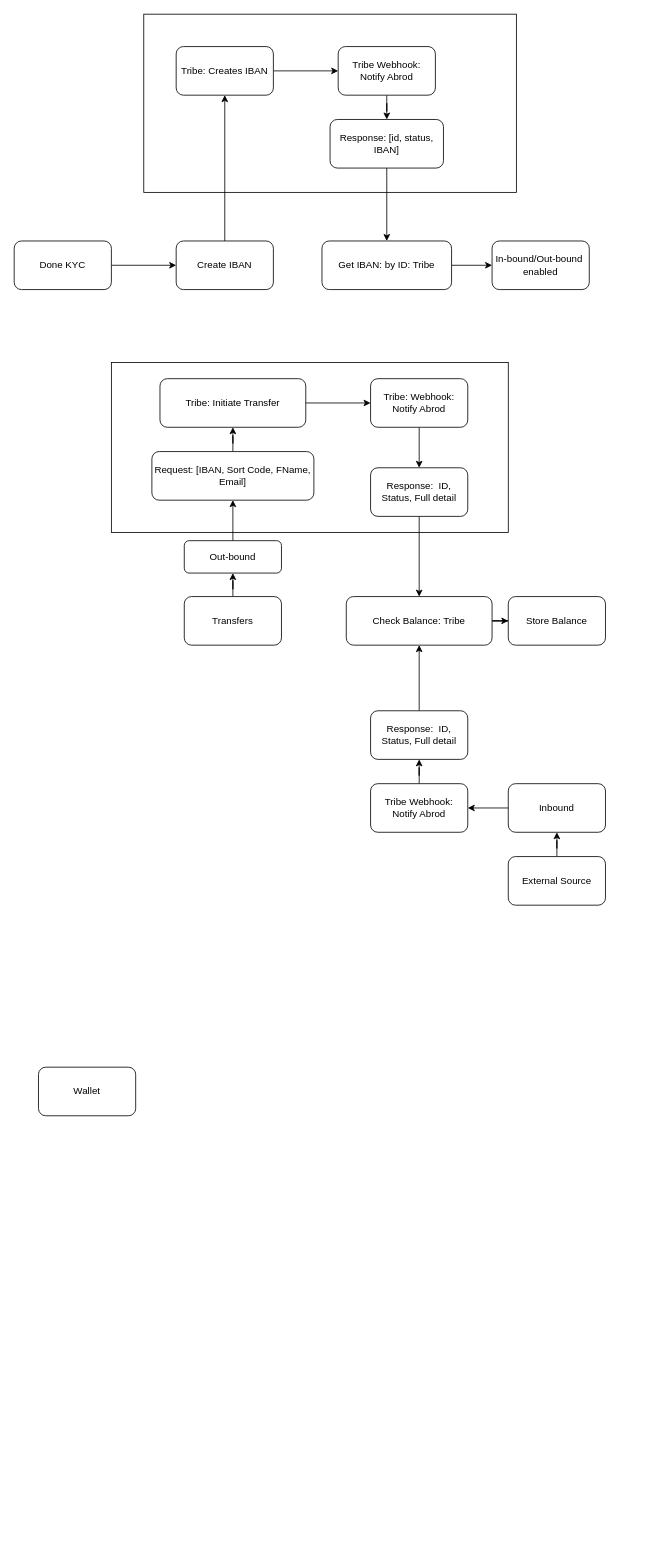
This is Untitled Diagram.drawio from aeadedoyin/drawio, a draw.io file, before an edit. Source tidied: cells renumbered, new cells numbered last; positions are measured from the earlier drawing's top-left corner, leaving out a move shared by most shapes. Both pictures are drawn from the tidied source at 81%, with x=0, y=0 at pixel (14, 14).
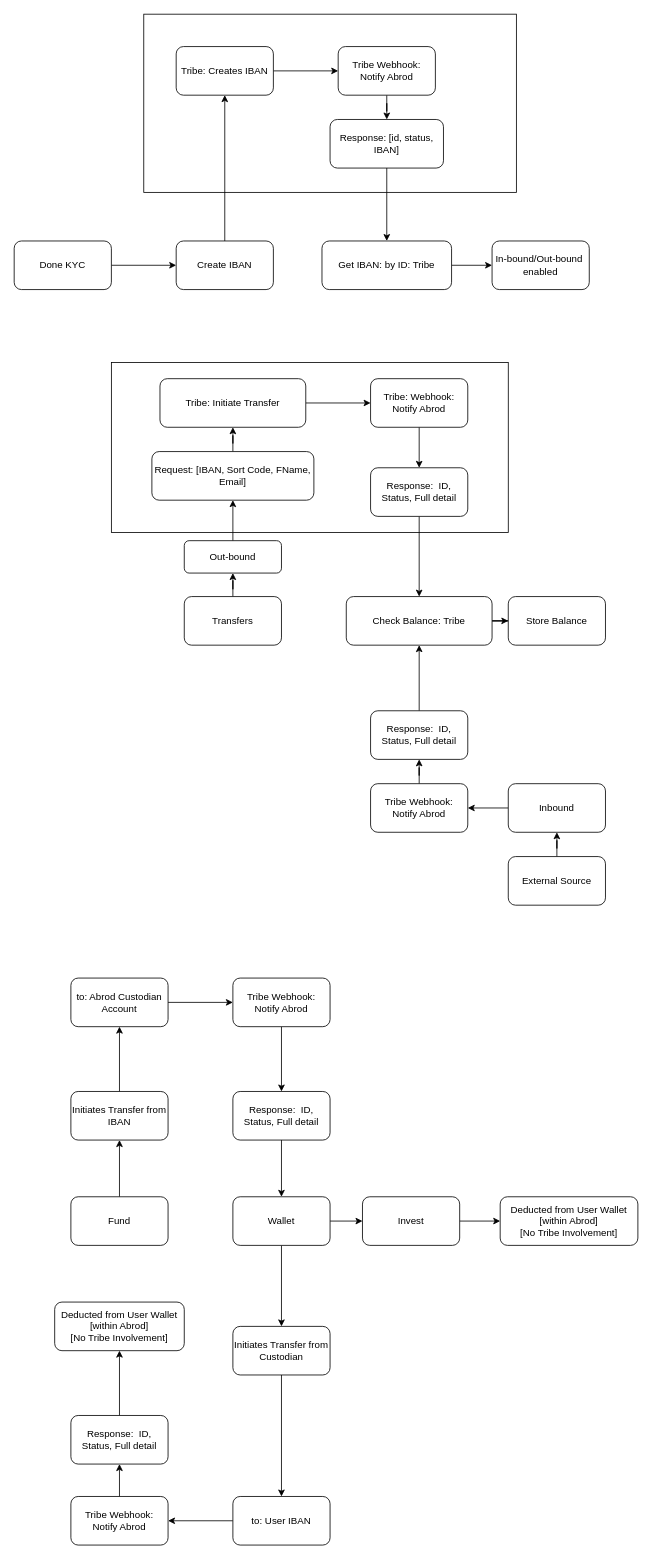
The same page after the edit.

Change to the diagram source:
```diff
@@
+    <mxCell id="41" style="edgeStyle=orthogonalEdgeStyle;rounded=0;jettySize=auto;html=1;" parent="1" edge="1" source="40" target="46">
+      <mxGeometry relative="1" as="geometry" />
+    </mxCell>
-    <mxCell id="40" value="Wallet" style="rounded=1;whiteSpace=wrap;html=1;" parent="1" vertex="1">
-      <mxGeometry x="30" y="1300" width="120" height="60" as="geometry" />
+    <mxCell id="40" value="Fund" style="rounded=1;whiteSpace=wrap;html=1;" parent="1" vertex="1">
+      <mxGeometry x="70" y="1460" width="120" height="60" as="geometry" />
     </mxCell>
+    <mxCell id="42" style="edgeStyle=orthogonalEdgeStyle;rounded=0;jettySize=auto;html=1;" parent="1" edge="1" source="44" target="54">
+      <mxGeometry relative="1" as="geometry" />
+    </mxCell>
+    <mxCell id="43" style="edgeStyle=orthogonalEdgeStyle;rounded=0;jettySize=auto;html=1;" parent="1" edge="1" source="44" target="57">
+      <mxGeometry relative="1" as="geometry" />
+    </mxCell>
+    <mxCell id="44" value="Wallet" style="rounded=1;whiteSpace=wrap;html=1;" parent="1" vertex="1">
+      <mxGeometry x="270" y="1460" width="120" height="60" as="geometry" />
+    </mxCell>
+    <mxCell id="45" style="edgeStyle=orthogonalEdgeStyle;rounded=0;jettySize=auto;html=1;" parent="1" edge="1" source="46" target="48">
+      <mxGeometry relative="1" as="geometry" />
+    </mxCell>
+    <mxCell id="46" value="Initiates Transfer from IBAN" style="whiteSpace=wrap;html=1;rounded=1;" parent="1" vertex="1">
+      <mxGeometry x="70" y="1330" width="120" height="60" as="geometry" />
+    </mxCell>
+    <mxCell id="47" style="edgeStyle=orthogonalEdgeStyle;rounded=0;jettySize=auto;html=1;" parent="1" edge="1" source="48" target="50">
+      <mxGeometry relative="1" as="geometry" />
+    </mxCell>
+    <mxCell id="48" value="to: Abrod Custodian Account" style="whiteSpace=wrap;html=1;rounded=1;" parent="1" vertex="1">
+      <mxGeometry x="70" y="1190" width="120" height="60" as="geometry" />
+    </mxCell>
+    <mxCell id="49" style="edgeStyle=orthogonalEdgeStyle;rounded=0;jettySize=auto;html=1;" parent="1" edge="1" source="50" target="52">
+      <mxGeometry relative="1" as="geometry" />
+    </mxCell>
+    <mxCell id="50" value="Tribe Webhook: Notify Abrod" style="whiteSpace=wrap;html=1;rounded=1;" parent="1" vertex="1">
+      <mxGeometry x="270" y="1190" width="120" height="60" as="geometry" />
+    </mxCell>
+    <mxCell id="51" style="edgeStyle=orthogonalEdgeStyle;rounded=0;jettySize=auto;html=1;" parent="1" edge="1" source="52" target="44">
+      <mxGeometry relative="1" as="geometry" />
+    </mxCell>
+    <mxCell id="52" value="Response:&amp;nbsp; ID, Status, Full detail" style="whiteSpace=wrap;html=1;rounded=1;" parent="1" vertex="1">
+      <mxGeometry x="270" y="1330" width="120" height="60" as="geometry" />
+    </mxCell>
+    <mxCell id="53" style="edgeStyle=orthogonalEdgeStyle;rounded=0;jettySize=auto;html=1;" parent="1" edge="1" source="54" target="55">
+      <mxGeometry relative="1" as="geometry" />
+    </mxCell>
+    <mxCell id="54" value="Invest" style="whiteSpace=wrap;html=1;rounded=1;" parent="1" vertex="1">
+      <mxGeometry x="430" y="1460" width="120" height="60" as="geometry" />
+    </mxCell>
+    <mxCell id="55" value="Deducted from User Wallet&lt;br style=&quot;border-color: var(--border-color);&quot;&gt;[within Abrod]&lt;br style=&quot;border-color: var(--border-color);&quot;&gt;[No Tribe Involvement]" style="whiteSpace=wrap;html=1;rounded=1;" parent="1" vertex="1">
+      <mxGeometry x="600" y="1460" width="170" height="60" as="geometry" />
+    </mxCell>
+    <mxCell id="56" style="edgeStyle=orthogonalEdgeStyle;rounded=0;jettySize=auto;html=1;" parent="1" edge="1" source="57" target="59">
+      <mxGeometry relative="1" as="geometry" />
+    </mxCell>
+    <mxCell id="57" value="Initiates Transfer from Custodian" style="whiteSpace=wrap;html=1;rounded=1;" parent="1" vertex="1">
+      <mxGeometry x="270" y="1620" width="120" height="60" as="geometry" />
+    </mxCell>
+    <mxCell id="58" style="edgeStyle=orthogonalEdgeStyle;rounded=0;jettySize=auto;html=1;" parent="1" edge="1" source="59" target="61">
+      <mxGeometry relative="1" as="geometry" />
+    </mxCell>
+    <mxCell id="59" value="to: User IBAN" style="whiteSpace=wrap;html=1;rounded=1;" parent="1" vertex="1">
+      <mxGeometry x="270" y="1830" width="120" height="60" as="geometry" />
+    </mxCell>
+    <mxCell id="60" style="edgeStyle=orthogonalEdgeStyle;rounded=0;jettySize=auto;html=1;" parent="1" edge="1" source="61" target="63">
+      <mxGeometry relative="1" as="geometry" />
+    </mxCell>
+    <mxCell id="61" value="Tribe Webhook: Notify Abrod" style="whiteSpace=wrap;html=1;rounded=1;" parent="1" vertex="1">
+      <mxGeometry x="70" y="1830" width="120" height="60" as="geometry" />
+    </mxCell>
+    <mxCell id="62" style="edgeStyle=orthogonalEdgeStyle;rounded=0;jettySize=auto;html=1;" parent="1" edge="1" source="63" target="64">
+      <mxGeometry relative="1" as="geometry" />
+    </mxCell>
+    <mxCell id="63" value="Response:&amp;nbsp; ID, Status, Full detail" style="whiteSpace=wrap;html=1;rounded=1;" parent="1" vertex="1">
+      <mxGeometry x="70" y="1730" width="120" height="60" as="geometry" />
+    </mxCell>
+    <mxCell id="64" value="Deducted from User Wallet&lt;br style=&quot;border-color: var(--border-color);&quot;&gt;[within Abrod]&lt;br style=&quot;border-color: var(--border-color);&quot;&gt;[No Tribe Involvement]" style="whiteSpace=wrap;html=1;rounded=1;" parent="1" vertex="1">
+      <mxGeometry x="50" y="1590" width="160" height="60" as="geometry" />
+    </mxCell>
```
